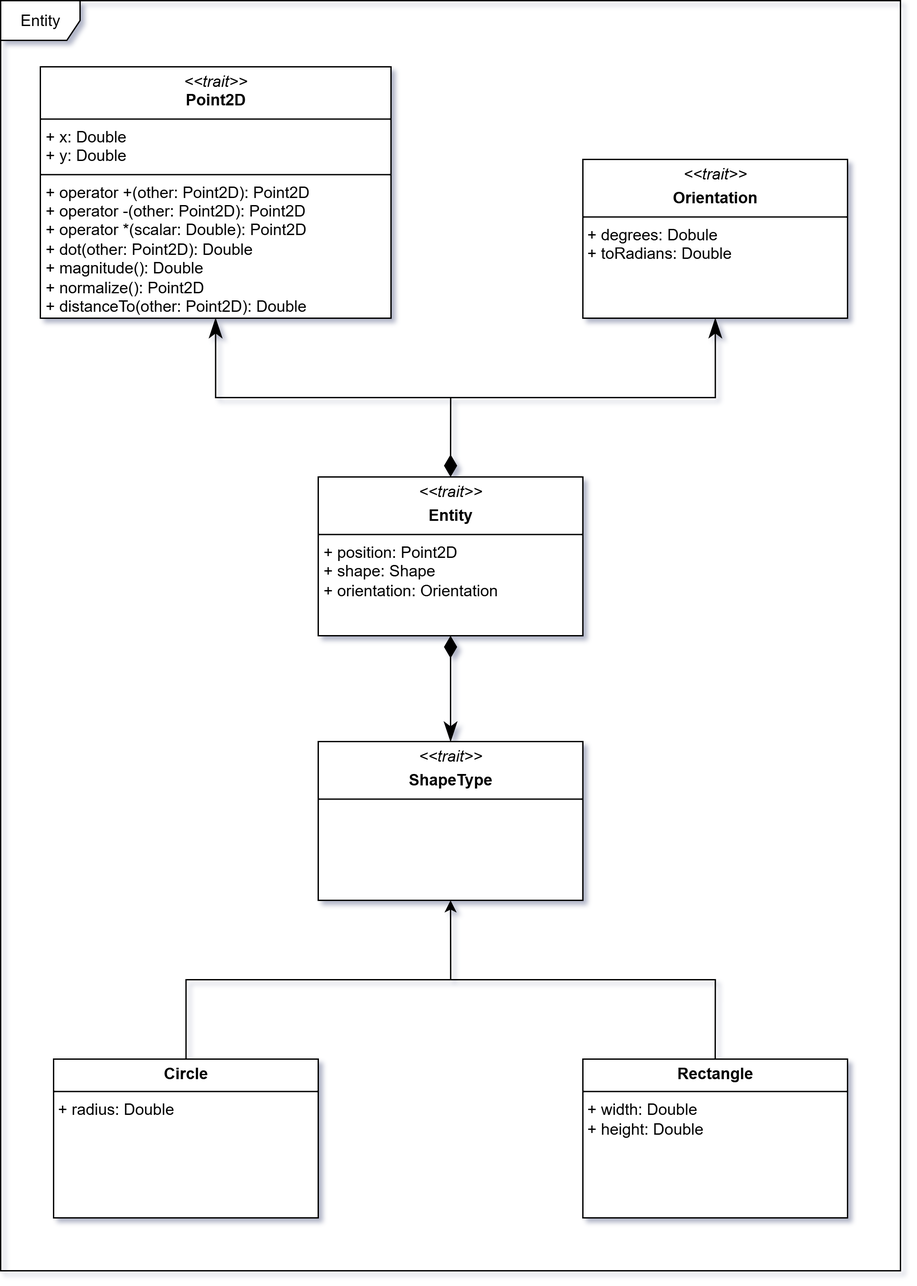
This is docs/static/img/04-detailed-design/entity.png from Scala-Robotics-Simulator/PPS-22-srs, a draw.io export, as it was before one commit. Source tidied: cells renumbered, new cells last; positions are measured from the earlier drawing's top-left corner, leaving out a move shared by most shapes.
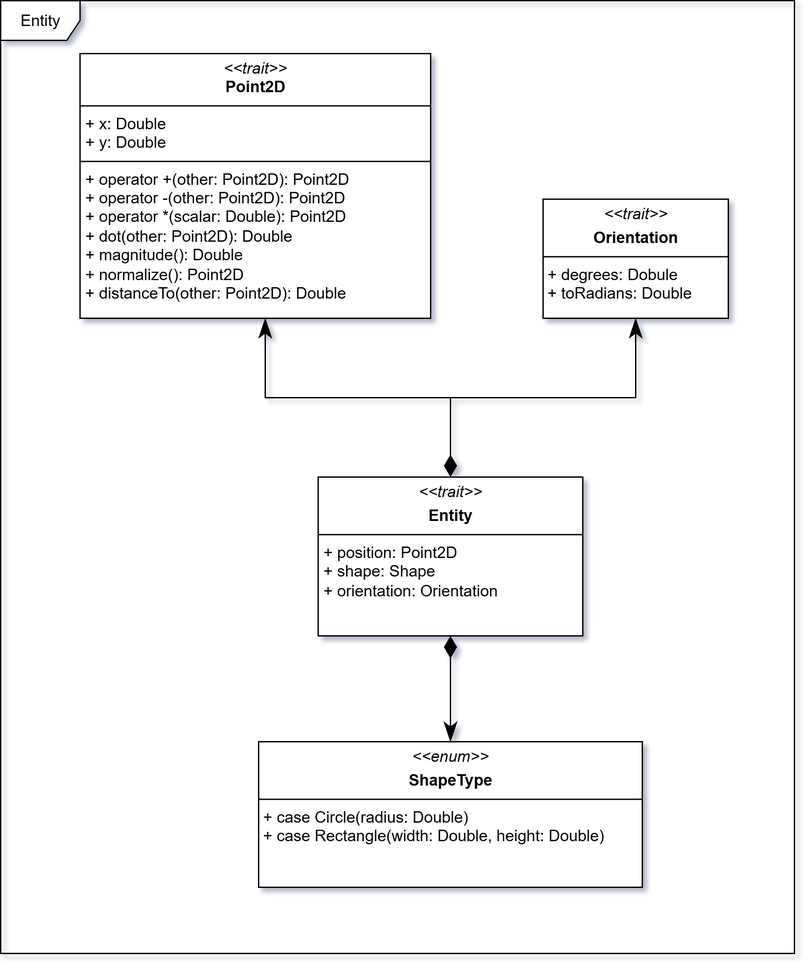
The same file after the commit.

Commit message:
docs: enhance Entity documentation with detailed structure and functionality

What changed in the source:
```diff
@@ -2,51 +2,40 @@
   <root>
     <mxCell id="0" />
     <mxCell id="1" parent="0" />
-    <mxCell id="2" value="&lt;p style=&quot;margin:0px;margin-top:4px;text-align:center;&quot;&gt;&lt;i&gt;&amp;lt;&amp;lt;trait&amp;gt;&amp;gt;&lt;/i&gt;&lt;/p&gt;&lt;p style=&quot;margin:0px;margin-top:4px;text-align:center;&quot;&gt;&lt;b&gt;ShapeType&lt;/b&gt;&lt;/p&gt;&lt;hr size=&quot;1&quot; style=&quot;border-style:solid;&quot;&gt;&amp;nbsp;" style="verticalAlign=top;align=left;overflow=fill;html=1;whiteSpace=wrap;" parent="1" vertex="1">
-      <mxGeometry x="240" y="560" width="200" height="120" as="geometry" />
+    <mxCell id="2" value="&lt;p style=&quot;margin:0px;margin-top:4px;text-align:center;&quot;&gt;&lt;i&gt;&amp;lt;&amp;lt;enum&amp;gt;&amp;gt;&lt;/i&gt;&lt;/p&gt;&lt;p style=&quot;margin:0px;margin-top:4px;text-align:center;&quot;&gt;&lt;b&gt;ShapeType&lt;/b&gt;&lt;/p&gt;&lt;hr size=&quot;1&quot; style=&quot;border-style:solid;&quot;&gt;&amp;nbsp;+ case Circle(radius: Double)&lt;div&gt;&amp;nbsp;+ case Rectangle(width: Double, height: Double)&lt;/div&gt;" style="verticalAlign=top;align=left;overflow=fill;html=1;whiteSpace=wrap;" parent="1" vertex="1">
+      <mxGeometry x="195" y="560" width="290" height="110" as="geometry" />
     </mxCell>
-    <mxCell id="3" style="edgeStyle=orthogonalEdgeStyle;rounded=0;jettySize=auto;html=1;entryX=0.5;entryY=1;entryDx=0;entryDy=0;" parent="1" edge="1" source="4" target="2">
-      <mxGeometry relative="1" as="geometry" />
+    <mxCell id="3" value="&lt;p style=&quot;margin:0px;margin-top:4px;text-align:center;&quot;&gt;&lt;i&gt;&amp;lt;&amp;lt;trait&amp;gt;&amp;gt;&lt;/i&gt;&lt;/p&gt;&lt;p style=&quot;margin:0px;margin-top:4px;text-align:center;&quot;&gt;&lt;b&gt;Entity&lt;/b&gt;&lt;/p&gt;&lt;hr size=&quot;1&quot; style=&quot;border-style:solid;&quot;&gt;&lt;p style=&quot;margin:0px;margin-left:4px;&quot;&gt;+ position: Point2D&lt;/p&gt;&lt;p style=&quot;margin:0px;margin-left:4px;&quot;&gt;+ shape: Shape&lt;/p&gt;&lt;p style=&quot;margin:0px;margin-left:4px;&quot;&gt;+ orientation: Orientation&lt;/p&gt;" style="verticalAlign=top;align=left;overflow=fill;html=1;whiteSpace=wrap;" parent="1" vertex="1">
+      <mxGeometry x="240" y="360" width="200" height="120" as="geometry" />
     </mxCell>
-    <mxCell id="4" value="&lt;p style=&quot;margin:0px;margin-top:4px;text-align:center;&quot;&gt;&lt;b style=&quot;background-color: transparent; color: light-dark(rgb(0, 0, 0), rgb(255, 255, 255));&quot;&gt;Circle&lt;/b&gt;&lt;/p&gt;&lt;hr size=&quot;1&quot; style=&quot;border-style:solid;&quot;&gt;&amp;nbsp;+ radius: Double" style="verticalAlign=top;align=left;overflow=fill;html=1;whiteSpace=wrap;" parent="1" vertex="1">
-      <mxGeometry x="40" y="800" width="200" height="120" as="geometry" />
+    <mxCell id="4" style="edgeStyle=orthogonalEdgeStyle;rounded=0;jettySize=auto;html=1;endArrow=none;endFill=0;startArrow=classicThin;startFill=1;startSize=12;endSize=12;exitX=0.5;exitY=1;exitDx=0;exitDy=0;" parent="1" edge="1" source="5">
+      <mxGeometry relative="1" as="geometry">
+        <mxPoint x="340" y="300" as="targetPoint" />
+        <Array as="points">
+          <mxPoint x="480" y="240" />
+          <mxPoint x="480" y="300" />
+        </Array>
+      </mxGeometry>
     </mxCell>
-    <mxCell id="5" style="edgeStyle=orthogonalEdgeStyle;rounded=0;jettySize=auto;html=1;exitX=0.5;exitY=0;exitDx=0;exitDy=0;endArrow=none;endFill=0;" parent="1" edge="1" source="6">
-      <mxGeometry relative="1" as="geometry">
-        <mxPoint x="340" y="740" as="targetPoint" />
-        <Array as="points">
-          <mxPoint x="540" y="740" />
-        </Array>
-      </mxGeometry>
+    <mxCell id="5" value="&lt;p style=&quot;margin:0px;margin-top:4px;text-align:center;&quot;&gt;&lt;i&gt;&amp;lt;&amp;lt;trait&amp;gt;&amp;gt;&lt;/i&gt;&lt;/p&gt;&lt;p style=&quot;margin:0px;margin-top:4px;text-align:center;&quot;&gt;&lt;b&gt;Orientation&lt;/b&gt;&lt;/p&gt;&lt;hr size=&quot;1&quot; style=&quot;border-style:solid;&quot;&gt;&amp;nbsp;+ degrees: Dobule&lt;div&gt;&amp;nbsp;+ toRadians: Double&amp;nbsp;&lt;/div&gt;" style="verticalAlign=top;align=left;overflow=fill;html=1;whiteSpace=wrap;" parent="1" vertex="1">
+      <mxGeometry x="410" y="150" width="140" height="90" as="geometry" />
     </mxCell>
-    <mxCell id="6" value="&lt;p style=&quot;margin:0px;margin-top:4px;text-align:center;&quot;&gt;&lt;b style=&quot;background-color: transparent; color: light-dark(rgb(0, 0, 0), rgb(255, 255, 255));&quot;&gt;Rectangle&lt;/b&gt;&lt;/p&gt;&lt;hr size=&quot;1&quot; style=&quot;border-style:solid;&quot;&gt;&lt;div&gt;&amp;nbsp;+ width: Double&lt;/div&gt;&lt;div&gt;&amp;nbsp;+ height: Double&lt;/div&gt;" style="verticalAlign=top;align=left;overflow=fill;html=1;whiteSpace=wrap;" parent="1" vertex="1">
-      <mxGeometry x="440" y="800" width="200" height="120" as="geometry" />
+    <mxCell id="6" style="endArrow=classicThin;html=1;endSize=12;startArrow=diamondThin;startSize=14;startFill=1;edgeStyle=orthogonalEdgeStyle;align=left;verticalAlign=bottom;rounded=0;exitX=0.5;exitY=0;exitDx=0;exitDy=0;endFill=1;" parent="1" edge="1" source="3" target="9">
+      <mxGeometry x="-1" y="3" relative="1" as="geometry">
+        <Array as="points">
+          <mxPoint x="340" y="300" />
+          <mxPoint x="200" y="300" />
+        </Array>
+      </mxGeometry>
     </mxCell>
-    <mxCell id="7" value="&lt;p style=&quot;margin:0px;margin-top:4px;text-align:center;&quot;&gt;&lt;i&gt;&amp;lt;&amp;lt;trait&amp;gt;&amp;gt;&lt;/i&gt;&lt;/p&gt;&lt;p style=&quot;margin:0px;margin-top:4px;text-align:center;&quot;&gt;&lt;b&gt;Entity&lt;/b&gt;&lt;/p&gt;&lt;hr size=&quot;1&quot; style=&quot;border-style:solid;&quot;&gt;&lt;p style=&quot;margin:0px;margin-left:4px;&quot;&gt;+ position: Point2D&lt;/p&gt;&lt;p style=&quot;margin:0px;margin-left:4px;&quot;&gt;+ shape: Shape&lt;/p&gt;&lt;p style=&quot;margin:0px;margin-left:4px;&quot;&gt;+ orientation: Orientation&lt;/p&gt;" style="verticalAlign=top;align=left;overflow=fill;html=1;whiteSpace=wrap;" parent="1" vertex="1">
-      <mxGeometry x="240" y="360" width="200" height="120" as="geometry" />
+    <mxCell id="7" style="endArrow=classicThin;html=1;endSize=12;startArrow=diamondThin;startSize=14;startFill=1;edgeStyle=orthogonalEdgeStyle;align=left;verticalAlign=bottom;rounded=0;entryX=0.5;entryY=0;entryDx=0;entryDy=0;exitX=0.5;exitY=1;exitDx=0;exitDy=0;endFill=1;" parent="1" edge="1" source="3" target="2">
+      <mxGeometry x="-1" y="3" relative="1" as="geometry" />
     </mxCell>
-    <mxCell id="8" style="edgeStyle=orthogonalEdgeStyle;rounded=0;jettySize=auto;html=1;endArrow=none;endFill=0;startArrow=classicThin;startFill=1;startSize=12;endSize=12;" parent="1" edge="1" source="9">
-      <mxGeometry relative="1" as="geometry">
-        <mxPoint x="340" y="300" as="targetPoint" />
-        <Array as="points">
-          <mxPoint x="540" y="300" />
-        </Array>
-      </mxGeometry>
+    <mxCell id="8" value="Entity" style="shape=umlFrame;whiteSpace=wrap;html=1;" parent="1" vertex="1">
+      <mxGeometry width="600" height="720" as="geometry" />
     </mxCell>
-    <mxCell id="9" value="&lt;p style=&quot;margin:0px;margin-top:4px;text-align:center;&quot;&gt;&lt;i&gt;&amp;lt;&amp;lt;trait&amp;gt;&amp;gt;&lt;/i&gt;&lt;/p&gt;&lt;p style=&quot;margin:0px;margin-top:4px;text-align:center;&quot;&gt;&lt;b&gt;Orientation&lt;/b&gt;&lt;/p&gt;&lt;hr size=&quot;1&quot; style=&quot;border-style:solid;&quot;&gt;&amp;nbsp;+ degrees: Dobule&lt;div&gt;&amp;nbsp;+ toRadians: Double&amp;nbsp;&lt;/div&gt;" style="verticalAlign=top;align=left;overflow=fill;html=1;whiteSpace=wrap;" parent="1" vertex="1">
-      <mxGeometry x="440" y="120" width="200" height="120" as="geometry" />
+    <mxCell id="9" value="&lt;p style=&quot;margin:0px;margin-top:4px;text-align:center;&quot;&gt;&lt;i&gt;&amp;lt;&amp;lt;trait&amp;gt;&amp;gt;&lt;/i&gt;&lt;br&gt;&lt;b&gt;Point2D&lt;/b&gt;&lt;/p&gt;&lt;hr size=&quot;1&quot; style=&quot;border-style:solid;&quot;&gt;&lt;p style=&quot;margin:0px;margin-left:4px;&quot;&gt;+ x: Double&lt;/p&gt;&lt;p style=&quot;margin:0px;margin-left:4px;&quot;&gt;+ y: Double&lt;/p&gt;&lt;hr size=&quot;1&quot; style=&quot;border-style:solid;&quot;&gt;&lt;p style=&quot;margin:0px;margin-left:4px;&quot;&gt;+ operator +(other: Point2D): Point2D&lt;br style=&quot;padding: 0px; margin: 0px;&quot;&gt;+ operator -(other: Point2D): Point2D&lt;br style=&quot;padding: 0px; margin: 0px;&quot;&gt;+ operator *(scalar: Double): Point2D&lt;br style=&quot;padding: 0px; margin: 0px;&quot;&gt;+ dot(other: Point2D): Double&lt;br style=&quot;padding: 0px; margin: 0px;&quot;&gt;+ magnitude(): Double&lt;/p&gt;&lt;p style=&quot;margin:0px;margin-left:4px;&quot;&gt;+ normalize(): Point2D&amp;nbsp;&lt;br style=&quot;padding: 0px; margin: 0px;&quot;&gt;+ distanceTo(other: Point2D): Double&lt;/p&gt;" style="verticalAlign=top;align=left;overflow=fill;html=1;whiteSpace=wrap;" parent="1" vertex="1">
+      <mxGeometry x="60" y="40" width="265" height="200" as="geometry" />
     </mxCell>
-    <mxCell id="10" style="endArrow=classicThin;html=1;endSize=12;startArrow=diamondThin;startSize=14;startFill=1;edgeStyle=orthogonalEdgeStyle;align=left;verticalAlign=bottom;rounded=0;exitX=0.5;exitY=0;exitDx=0;exitDy=0;endFill=1;" parent="1" edge="1" source="7" target="13">
-      <mxGeometry x="-1" y="3" relative="1" as="geometry" />
-    </mxCell>
-    <mxCell id="11" style="endArrow=classicThin;html=1;endSize=12;startArrow=diamondThin;startSize=14;startFill=1;edgeStyle=orthogonalEdgeStyle;align=left;verticalAlign=bottom;rounded=0;entryX=0.5;entryY=0;entryDx=0;entryDy=0;exitX=0.5;exitY=1;exitDx=0;exitDy=0;endFill=1;" parent="1" edge="1" source="7" target="2">
-      <mxGeometry x="-1" y="3" relative="1" as="geometry" />
-    </mxCell>
-    <mxCell id="12" value="Entity" style="shape=umlFrame;whiteSpace=wrap;html=1;" parent="1" vertex="1">
-      <mxGeometry width="680" height="960" as="geometry" />
-    </mxCell>
-    <mxCell id="13" value="&lt;p style=&quot;margin:0px;margin-top:4px;text-align:center;&quot;&gt;&lt;i&gt;&amp;lt;&amp;lt;trait&amp;gt;&amp;gt;&lt;/i&gt;&lt;br&gt;&lt;b&gt;Point2D&lt;/b&gt;&lt;/p&gt;&lt;hr size=&quot;1&quot; style=&quot;border-style:solid;&quot;&gt;&lt;p style=&quot;margin:0px;margin-left:4px;&quot;&gt;+ x: Double&lt;/p&gt;&lt;p style=&quot;margin:0px;margin-left:4px;&quot;&gt;+ y: Double&lt;/p&gt;&lt;hr size=&quot;1&quot; style=&quot;border-style:solid;&quot;&gt;&lt;p style=&quot;margin:0px;margin-left:4px;&quot;&gt;+ operator +(other: Point2D): Point2D&lt;br style=&quot;padding: 0px; margin: 0px;&quot;&gt;+ operator -(other: Point2D): Point2D&lt;br style=&quot;padding: 0px; margin: 0px;&quot;&gt;+ operator *(scalar: Double): Point2D&lt;br style=&quot;padding: 0px; margin: 0px;&quot;&gt;+ dot(other: Point2D): Double&lt;br style=&quot;padding: 0px; margin: 0px;&quot;&gt;+ magnitude(): Double&lt;/p&gt;&lt;p style=&quot;margin:0px;margin-left:4px;&quot;&gt;+ normalize(): Point2D&amp;nbsp;&lt;br style=&quot;padding: 0px; margin: 0px;&quot;&gt;+ distanceTo(other: Point2D): Double&lt;/p&gt;" style="verticalAlign=top;align=left;overflow=fill;html=1;whiteSpace=wrap;" parent="1" vertex="1">
-      <mxGeometry x="30" y="50" width="265" height="190" as="geometry" />
-    </mxCell>
   </root>
 </mxGraphModel>
```
